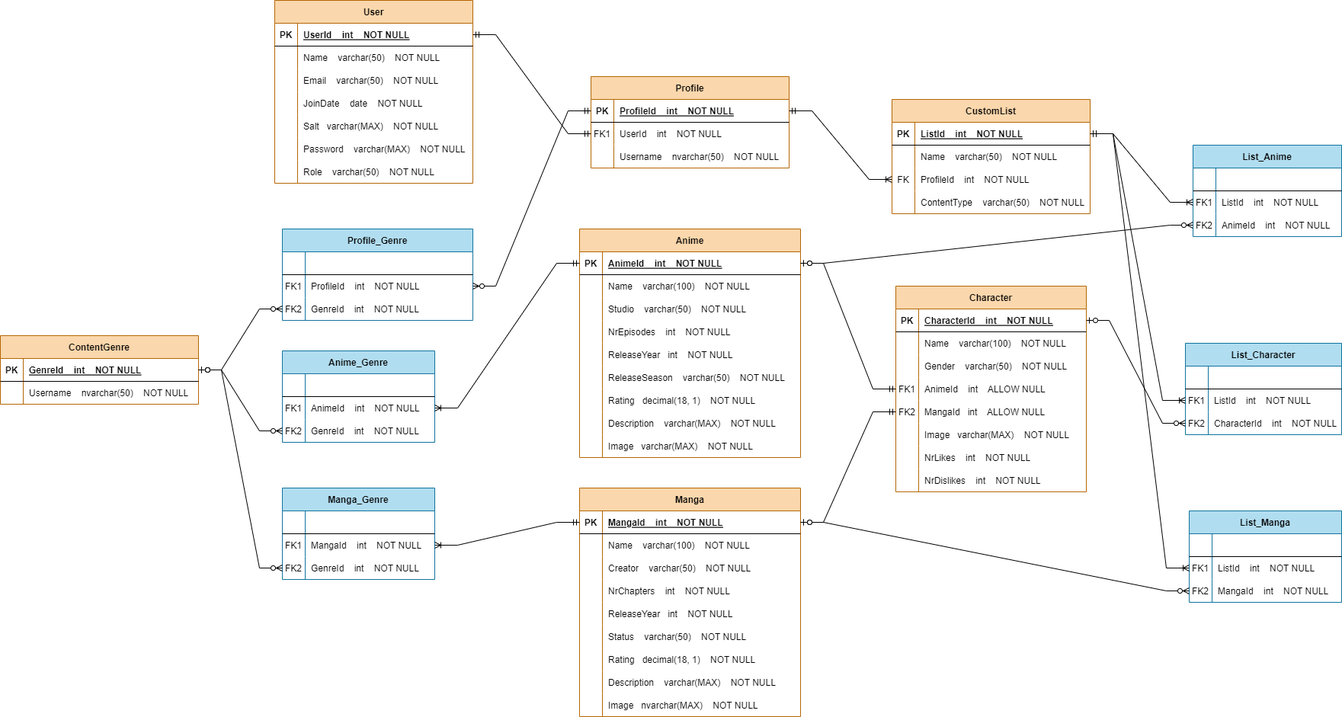
This is Binaries/Database Diagrams/ERD_AnimeTracker.png from dianaciu03/Anime-Tracker-Application, a draw.io export, as it was before one commit. Source tidied: cells renumbered, new cells last; positions are measured from the earlier drawing's top-left corner, leaving out a move shared by most shapes.
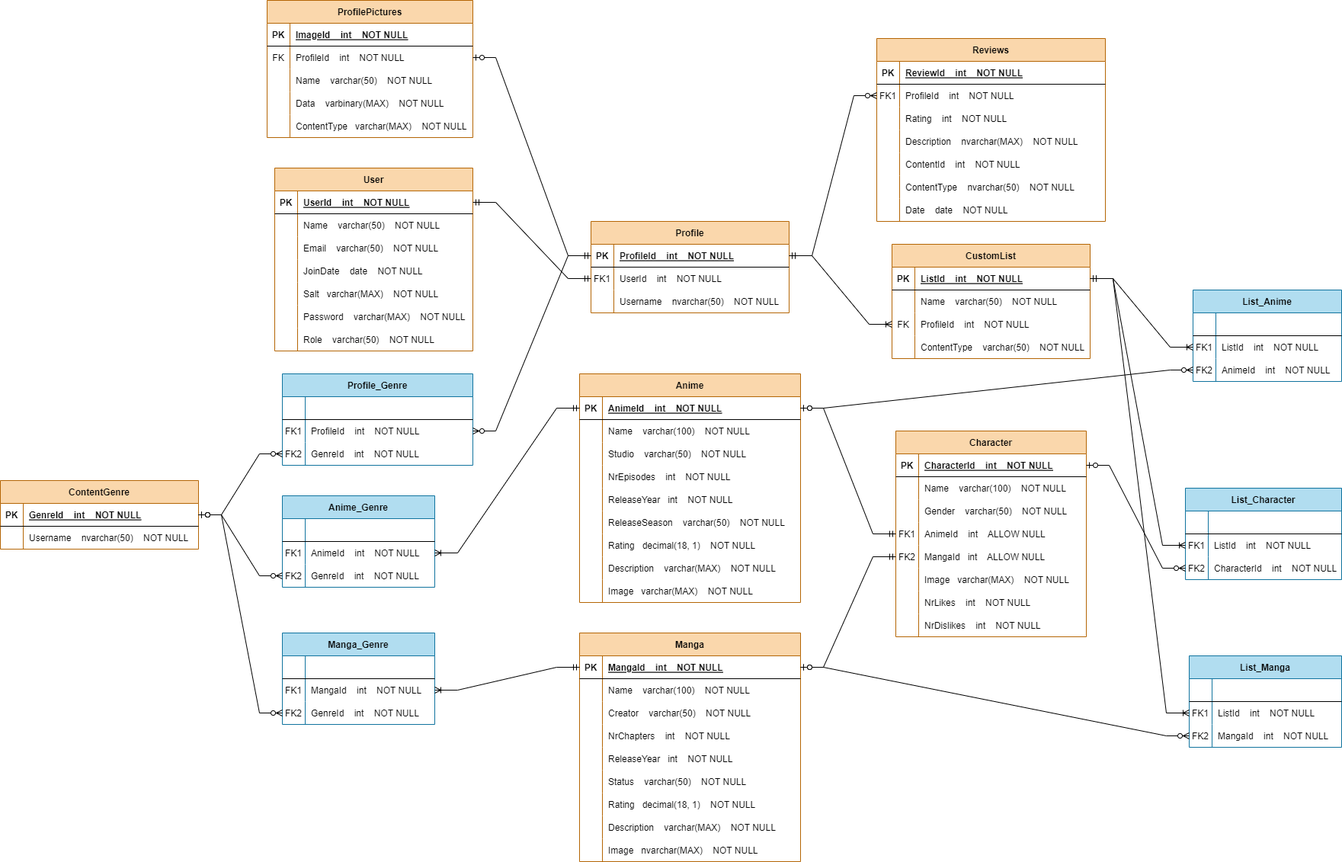
After the change.

What changed in the source:
```diff
@@ -63,7 +63,7 @@
       <mxGeometry x="30" width="220" height="30" as="geometry" />
     </mxCell>
     <mxCell id="22" value="User" style="shape=table;startSize=30;rowLines=0;fontStyle=1;align=center;fillColor=#fad7ac;strokeColor=#b46504;" parent="1" vertex="1">
-      <mxGeometry x="360" width="260" height="240" as="geometry" />
+      <mxGeometry x="360" y="30" width="260" height="240" as="geometry" />
     </mxCell>
     <mxCell id="23" style="shape=partialRectangle;fillColor=none;points=[[0,0.5],[1,0.5]];portConstraint=eastwest;top=0;left=0;right=0;bottom=1;" parent="22" vertex="1">
       <mxGeometry y="30" width="260" height="30" as="geometry" />
@@ -629,5 +629,125 @@
     <mxCell id="210" style="edgeStyle=entityRelationEdgeStyle;fontSize=12;html=1;endArrow=ERoneToMany;startArrow=ERmandOne;rounded=0;exitX=1;exitY=0.5;exitDx=0;exitDy=0;entryX=0;entryY=0.5;entryDx=0;entryDy=0;" parent="1" edge="1" source="3" target="201">
       <mxGeometry relative="1" as="geometry" />
     </mxCell>
+    <mxCell id="211" value="Reviews" style="shape=table;startSize=30;rowLines=0;fontStyle=1;align=center;fillColor=#fad7ac;strokeColor=#b46504;" parent="1" vertex="1">
+      <mxGeometry x="1150" y="-140" width="300" height="240" as="geometry" />
+    </mxCell>
+    <mxCell id="212" style="shape=partialRectangle;fillColor=none;top=0;left=0;right=0;bottom=1;" parent="211" vertex="1">
+      <mxGeometry y="30" width="300" height="30" as="geometry" />
+    </mxCell>
+    <mxCell id="213" value="PK" style="shape=partialRectangle;overflow=hidden;fillColor=none;top=0;left=0;bottom=0;right=0;fontStyle=1;" parent="212" vertex="1">
+      <mxGeometry width="30" height="30" as="geometry" />
+    </mxCell>
+    <mxCell id="214" value="ReviewId    int    NOT NULL" style="shape=partialRectangle;overflow=hidden;fillColor=none;top=0;left=0;bottom=0;right=0;align=left;spacingLeft=6;fontStyle=5;" parent="212" vertex="1">
+      <mxGeometry x="30" width="270" height="30" as="geometry" />
+    </mxCell>
+    <mxCell id="215" style="shape=partialRectangle;fillColor=none;points=[[0,0.5],[1,0.5]];portConstraint=eastwest;top=0;left=0;right=0;bottom=0;" parent="211" vertex="1">
+      <mxGeometry y="60" width="300" height="30" as="geometry" />
+    </mxCell>
+    <mxCell id="216" value="FK1" style="shape=partialRectangle;overflow=hidden;fillColor=none;top=0;left=0;bottom=0;right=0;" parent="215" vertex="1">
+      <mxGeometry width="30" height="30" as="geometry" />
+    </mxCell>
+    <mxCell id="217" value="ProfileId    int    NOT NULL" style="shape=partialRectangle;overflow=hidden;fillColor=none;top=0;left=0;bottom=0;right=0;align=left;spacingLeft=6;" parent="215" vertex="1">
+      <mxGeometry x="30" width="270" height="30" as="geometry" />
+    </mxCell>
+    <mxCell id="218" style="shape=partialRectangle;fillColor=none;top=0;left=0;right=0;bottom=0;" parent="211" vertex="1">
+      <mxGeometry y="90" width="300" height="30" as="geometry" />
+    </mxCell>
+    <mxCell id="219" style="shape=partialRectangle;overflow=hidden;fillColor=none;top=0;left=0;bottom=0;right=0;" parent="218" vertex="1">
+      <mxGeometry width="30" height="30" as="geometry" />
+    </mxCell>
+    <mxCell id="220" value="Rating    int    NOT NULL" style="shape=partialRectangle;overflow=hidden;fillColor=none;top=0;left=0;bottom=0;right=0;align=left;spacingLeft=6;" parent="218" vertex="1">
+      <mxGeometry x="30" width="270" height="30" as="geometry" />
+    </mxCell>
+    <mxCell id="221" style="shape=partialRectangle;fillColor=none;top=0;left=0;right=0;bottom=0;" parent="211" vertex="1">
+      <mxGeometry y="120" width="300" height="30" as="geometry" />
+    </mxCell>
+    <mxCell id="222" style="shape=partialRectangle;overflow=hidden;fillColor=none;top=0;left=0;bottom=0;right=0;" parent="221" vertex="1">
+      <mxGeometry width="30" height="30" as="geometry" />
+    </mxCell>
+    <mxCell id="223" value="Description    nvarchar(MAX)    NOT NULL" style="shape=partialRectangle;overflow=hidden;fillColor=none;top=0;left=0;bottom=0;right=0;align=left;spacingLeft=6;" parent="221" vertex="1">
+      <mxGeometry x="30" width="270" height="30" as="geometry" />
+    </mxCell>
+    <mxCell id="224" style="shape=partialRectangle;fillColor=none;top=0;left=0;right=0;bottom=0;" parent="211" vertex="1">
+      <mxGeometry y="150" width="300" height="30" as="geometry" />
+    </mxCell>
+    <mxCell id="225" style="shape=partialRectangle;overflow=hidden;fillColor=none;top=0;left=0;bottom=0;right=0;" parent="224" vertex="1">
+      <mxGeometry width="30" height="30" as="geometry" />
+    </mxCell>
+    <mxCell id="226" value="ContentId    int    NOT NULL" style="shape=partialRectangle;overflow=hidden;fillColor=none;top=0;left=0;bottom=0;right=0;align=left;spacingLeft=6;" parent="224" vertex="1">
+      <mxGeometry x="30" width="270" height="30" as="geometry" />
+    </mxCell>
+    <mxCell id="227" style="shape=partialRectangle;fillColor=none;top=0;left=0;right=0;bottom=0;" parent="211" vertex="1">
+      <mxGeometry y="180" width="300" height="30" as="geometry" />
+    </mxCell>
+    <mxCell id="228" style="shape=partialRectangle;overflow=hidden;fillColor=none;top=0;left=0;bottom=0;right=0;" parent="227" vertex="1">
+      <mxGeometry width="30" height="30" as="geometry" />
+    </mxCell>
+    <mxCell id="229" value="ContentType    nvarchar(50)    NOT NULL" style="shape=partialRectangle;overflow=hidden;fillColor=none;top=0;left=0;bottom=0;right=0;align=left;spacingLeft=6;" parent="227" vertex="1">
+      <mxGeometry x="30" width="270" height="30" as="geometry" />
+    </mxCell>
+    <mxCell id="230" style="shape=partialRectangle;fillColor=none;top=0;left=0;right=0;bottom=0;" parent="211" vertex="1">
+      <mxGeometry y="210" width="300" height="30" as="geometry" />
+    </mxCell>
+    <mxCell id="231" style="shape=partialRectangle;overflow=hidden;fillColor=none;top=0;left=0;bottom=0;right=0;" parent="230" vertex="1">
+      <mxGeometry width="30" height="30" as="geometry" />
+    </mxCell>
+    <mxCell id="232" value="Date    date    NOT NULL" style="shape=partialRectangle;overflow=hidden;fillColor=none;top=0;left=0;bottom=0;right=0;align=left;spacingLeft=6;" parent="230" vertex="1">
+      <mxGeometry x="30" width="270" height="30" as="geometry" />
+    </mxCell>
+    <mxCell id="233" style="edgeStyle=entityRelationEdgeStyle;fontSize=12;html=1;endArrow=ERzeroToMany;startArrow=ERmandOne;rounded=0;exitX=1;exitY=0.5;exitDx=0;exitDy=0;entryX=0;entryY=0.5;entryDx=0;entryDy=0;" parent="1" edge="1" source="3" target="215">
+      <mxGeometry relative="1" as="geometry" />
+    </mxCell>
+    <mxCell id="234" value="ProfilePictures" style="shape=table;startSize=30;rowLines=0;fontStyle=1;align=center;fillColor=#fad7ac;strokeColor=#b46504;" parent="1" vertex="1">
+      <mxGeometry x="350" y="-190" width="270" height="180" as="geometry" />
+    </mxCell>
+    <mxCell id="235" style="shape=partialRectangle;fillColor=none;top=0;left=0;right=0;bottom=1;" parent="234" vertex="1">
+      <mxGeometry y="30" width="270" height="30" as="geometry" />
+    </mxCell>
+    <mxCell id="236" value="PK" style="shape=partialRectangle;overflow=hidden;fillColor=none;top=0;left=0;bottom=0;right=0;fontStyle=1;" parent="235" vertex="1">
+      <mxGeometry width="30" height="30" as="geometry" />
+    </mxCell>
+    <mxCell id="237" value="ImageId    int    NOT NULL " style="shape=partialRectangle;overflow=hidden;fillColor=none;top=0;left=0;bottom=0;right=0;align=left;spacingLeft=6;fontStyle=5;" parent="235" vertex="1">
+      <mxGeometry x="30" width="240" height="30" as="geometry" />
+    </mxCell>
+    <mxCell id="238" style="shape=partialRectangle;fillColor=none;points=[[0,0.5],[1,0.5]];portConstraint=eastwest;top=0;left=0;right=0;bottom=0;" parent="234" vertex="1">
+      <mxGeometry y="60" width="270" height="30" as="geometry" />
+    </mxCell>
+    <mxCell id="239" value="FK" style="shape=partialRectangle;overflow=hidden;fillColor=none;top=0;left=0;bottom=0;right=0;" parent="238" vertex="1">
+      <mxGeometry width="30" height="30" as="geometry" />
+    </mxCell>
+    <mxCell id="240" value="ProfileId    int    NOT NULL" style="shape=partialRectangle;overflow=hidden;fillColor=none;top=0;left=0;bottom=0;right=0;align=left;spacingLeft=6;" parent="238" vertex="1">
+      <mxGeometry x="30" width="240" height="30" as="geometry" />
+    </mxCell>
+    <mxCell id="241" style="shape=partialRectangle;fillColor=none;top=0;left=0;right=0;bottom=0;" parent="234" vertex="1">
+      <mxGeometry y="90" width="270" height="30" as="geometry" />
+    </mxCell>
+    <mxCell id="242" style="shape=partialRectangle;overflow=hidden;fillColor=none;top=0;left=0;bottom=0;right=0;" parent="241" vertex="1">
+      <mxGeometry width="30" height="30" as="geometry" />
+    </mxCell>
+    <mxCell id="243" value="Name    varchar(50)    NOT NULL" style="shape=partialRectangle;overflow=hidden;fillColor=none;top=0;left=0;bottom=0;right=0;align=left;spacingLeft=6;" parent="241" vertex="1">
+      <mxGeometry x="30" width="240" height="30" as="geometry" />
+    </mxCell>
+    <mxCell id="244" style="shape=partialRectangle;fillColor=none;top=0;left=0;right=0;bottom=0;" parent="234" vertex="1">
+      <mxGeometry y="120" width="270" height="30" as="geometry" />
+    </mxCell>
+    <mxCell id="245" style="shape=partialRectangle;overflow=hidden;fillColor=none;top=0;left=0;bottom=0;right=0;" parent="244" vertex="1">
+      <mxGeometry width="30" height="30" as="geometry" />
+    </mxCell>
+    <mxCell id="246" value="Data    varbinary(MAX)    NOT NULL" style="shape=partialRectangle;overflow=hidden;fillColor=none;top=0;left=0;bottom=0;right=0;align=left;spacingLeft=6;" parent="244" vertex="1">
+      <mxGeometry x="30" width="240" height="30" as="geometry" />
+    </mxCell>
+    <mxCell id="247" style="shape=partialRectangle;fillColor=none;top=0;left=0;right=0;bottom=0;" parent="234" vertex="1">
+      <mxGeometry y="150" width="270" height="30" as="geometry" />
+    </mxCell>
+    <mxCell id="248" style="shape=partialRectangle;overflow=hidden;fillColor=none;top=0;left=0;bottom=0;right=0;" parent="247" vertex="1">
+      <mxGeometry width="30" height="30" as="geometry" />
+    </mxCell>
+    <mxCell id="249" value="ContentType   varchar(MAX)    NOT NULL" style="shape=partialRectangle;overflow=hidden;fillColor=none;top=0;left=0;bottom=0;right=0;align=left;spacingLeft=6;" parent="247" vertex="1">
+      <mxGeometry x="30" width="240" height="30" as="geometry" />
+    </mxCell>
+    <mxCell id="250" style="edgeStyle=entityRelationEdgeStyle;fontSize=12;html=1;endArrow=ERzeroToOne;startArrow=ERmandOne;rounded=0;entryX=1;entryY=0.5;entryDx=0;entryDy=0;" parent="1" edge="1" source="3" target="238">
+      <mxGeometry relative="1" as="geometry" />
+    </mxCell>
   </root>
 </mxGraphModel>
```
